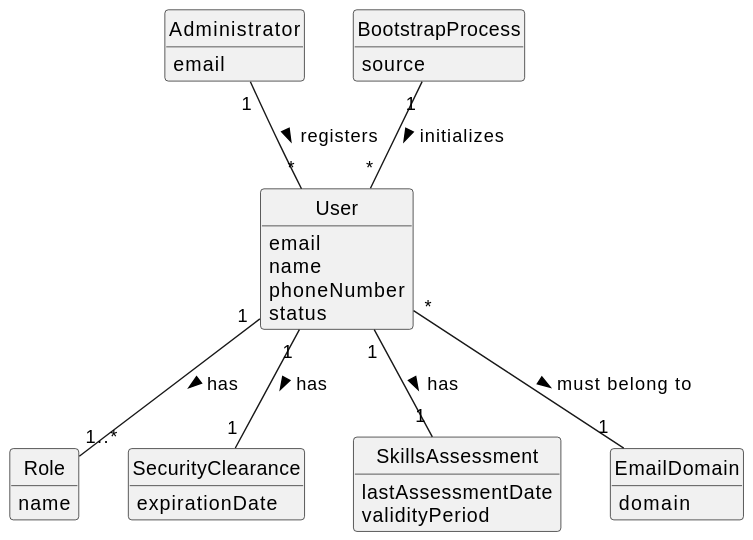
Before: docs/user-stories/02-identity-and-backoffice/US031/02.analysis/svg/US031-DM.svg, a diagram exported from PlantUML (1240537-brunorodrigues/sem4pi-2526-individual-1240537). The source it was exported from:
```plantuml
@startuml
hide class
hide circle
hide methods
hide empty members
skinparam monochrome true
skinparam packageStyle rectangle
skinparam shadowing false
skinparam classAttributeIconSize 0

class Administrator {
    email
}

class User {
    email
    name
    phoneNumber
    status
}

class Role {
    name
}

class SecurityClearance {
    expirationDate
}

class SkillsAssessment {
    lastAssessmentDate
    validityPeriod
}

class EmailDomain {
    domain
}

class BootstrapProcess {
    source
}

Administrator "1" -- "*" User : registers >
BootstrapProcess "1" -- "*" User : initializes >
User "1" -- "1..*" Role : has >
User "1" -- "1" SecurityClearance : has >
User "1" -- "1" SkillsAssessment : has >
User "*" -- "1" EmailDomain : must belong to >
@enduml
```
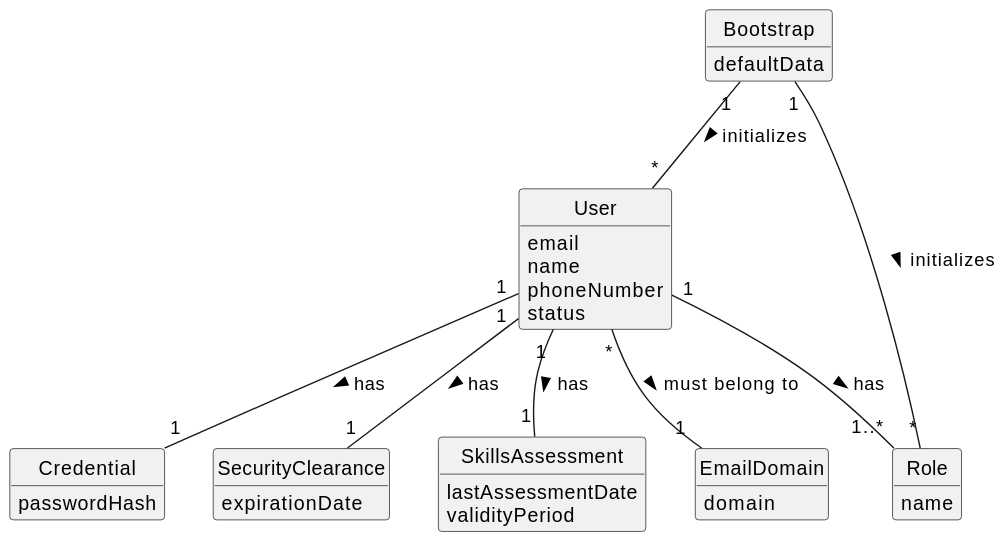
Later version of the same file.

Diff of the diagram source:
```diff
@@ -8,10 +8,6 @@
 skinparam shadowing false
 skinparam classAttributeIconSize 0
 
-class Administrator {
-    email
-}
-
 class User {
     email
     name
@@ -21,6 +17,10 @@
 
 class Role {
     name
+}
+
+class Credential {
+    passwordHash
 }
 
 class SecurityClearance {
@@ -36,12 +36,13 @@
     domain
 }
 
-class BootstrapProcess {
-    source
+class Bootstrap {
+    defaultData
 }
 
-Administrator "1" -- "*" User : registers >
-BootstrapProcess "1" -- "*" User : initializes >
+Bootstrap "1" -- "*" User : initializes >
+Bootstrap "1" -- "*" Role : initializes >
+User "1" -- "1" Credential : has >
 User "1" -- "1..*" Role : has >
 User "1" -- "1" SecurityClearance : has >
 User "1" -- "1" SkillsAssessment : has >
```
